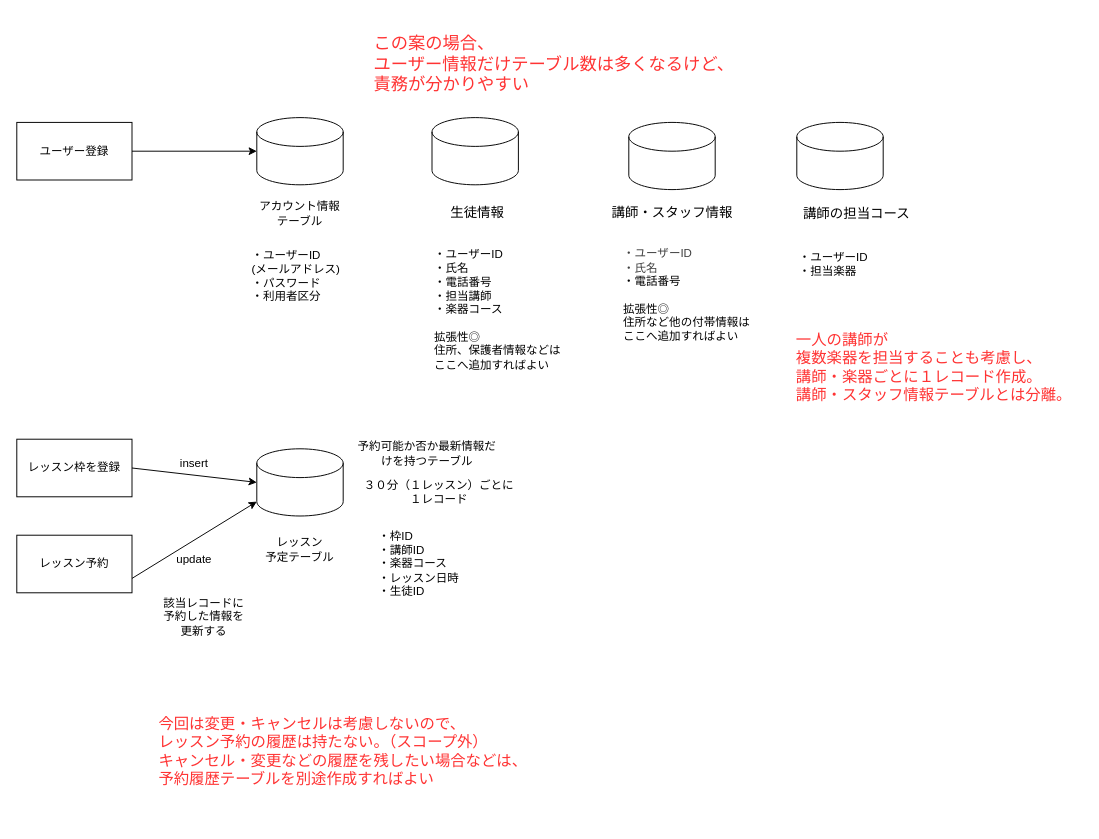
This is 2_基本設計/05_テーブル一覧、項目定義/ver2/02_テーブルを分割・統合/テーブル一覧・項目定義_作成メモ.dio from ka-sawabe/dev-process-study-notes, a draw.io file, before an edit. Source tidied: cells renumbered, new cells numbered last; positions are measured from the earlier drawing's top-left corner, leaving out a move shared by most shapes. Both pictures are drawn from the tidied source at 96%, with x=0, y=0 at pixel (16, 26).
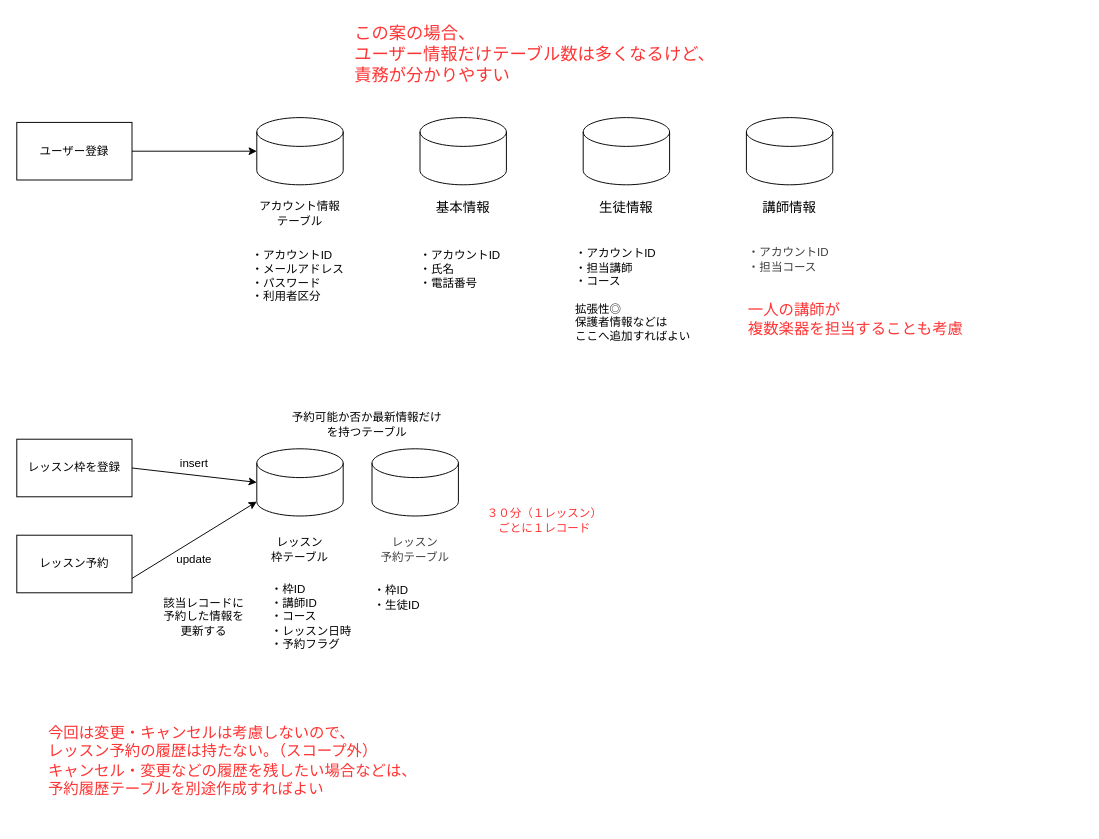
The same page after the edit.

Commit message (it also covers changes not shown here):
テーブル一覧・項目定義を修正

Change to the diagram source:
```diff
@@
-    <mxCell id="5" value="レッスン&lt;div&gt;予定テーブル&lt;/div&gt;" style="text;html=1;align=center;verticalAlign=middle;whiteSpace=wrap;rounded=0;" parent="1" vertex="1">
+    <mxCell id="5" value="レッスン&lt;div&gt;枠テーブル&lt;/div&gt;" style="text;html=1;align=center;verticalAlign=middle;whiteSpace=wrap;rounded=0;" parent="1" vertex="1">
       <mxGeometry x="240" y="530" width="110" height="30" as="geometry" />
     </mxCell>
@@
-    <mxCell id="10" value="３０分（１レッスン）ごとに１レコード" style="text;html=1;align=center;verticalAlign=middle;whiteSpace=wrap;rounded=0;" parent="1" vertex="1">
-      <mxGeometry x="360" y="460" width="160" height="50" as="geometry" />
+    <mxCell id="10" value="&lt;font style=&quot;color: rgb(255, 51, 51);&quot;&gt;３０分（１レッスン）&lt;/font&gt;&lt;div&gt;&lt;font style=&quot;color: rgb(255, 51, 51);&quot;&gt;ごとに１レコード&lt;/font&gt;&lt;/div&gt;" style="text;html=1;align=center;verticalAlign=middle;whiteSpace=wrap;rounded=0;" parent="1" vertex="1">
+      <mxGeometry x="470" y="490" width="160" height="50" as="geometry" />
     </mxCell>
@@
-    <mxCell id="16" value="予約可能か否か最新情報だけを持つテーブル" style="text;html=1;align=center;verticalAlign=middle;whiteSpace=wrap;rounded=0;" parent="1" vertex="1">
-      <mxGeometry x="350" y="420" width="155" height="50" as="geometry" />
+    <mxCell id="16" value="予約可能か否か最新情報だけ&lt;div&gt;を持つテーブル&lt;/div&gt;" style="text;html=1;align=center;verticalAlign=middle;whiteSpace=wrap;rounded=0;" parent="1" vertex="1">
+      <mxGeometry x="280" y="390" width="170" height="50" as="geometry" />
     </mxCell>
     <mxCell id="17" style="shape=cylinder3;whiteSpace=wrap;html=1;boundedLbl=1;backgroundOutline=1;size=15;" parent="1" vertex="1">
-      <mxGeometry x="432.5" y="95" width="90" height="70" as="geometry" />
+      <mxGeometry x="590" y="95" width="90" height="70" as="geometry" />
     </mxCell>
     <mxCell id="18" value="&lt;div style=&quot;color: rgb(0, 0, 0); background-color: rgb(255, 255, 255); font-family: Consolas, &amp;quot;Courier New&amp;quot;, monospace; font-size: 14px; line-height: 19px; white-space: pre;&quot;&gt;&lt;span style=&quot;color: #000000;&quot;&gt;生徒情報&lt;/span&gt;&lt;/div&gt;" style="text;html=1;align=center;verticalAlign=middle;whiteSpace=wrap;rounded=0;" parent="1" vertex="1">
-      <mxGeometry x="425" y="180" width="110" height="30" as="geometry" />
+      <mxGeometry x="580" y="175" width="110" height="30" as="geometry" />
     </mxCell>
     <mxCell id="19" style="shape=cylinder3;whiteSpace=wrap;html=1;boundedLbl=1;backgroundOutline=1;size=15;" parent="1" vertex="1">
-      <mxGeometry x="637.5" y="100" width="90" height="70" as="geometry" />
+      <mxGeometry x="760" y="95" width="90" height="70" as="geometry" />
     </mxCell>
-    <mxCell id="20" value="&lt;div style=&quot;color: rgb(0, 0, 0); background-color: rgb(255, 255, 255); font-family: Consolas, &amp;quot;Courier New&amp;quot;, monospace; font-size: 14px; line-height: 19px; white-space: pre;&quot;&gt;&lt;div style=&quot;color: rgb(0, 0, 0); line-height: 19px;&quot;&gt;&lt;span style=&quot;color: #000000;&quot;&gt;講師・スタッフ情報&lt;/span&gt;&lt;/div&gt;&lt;/div&gt;" style="text;html=1;align=center;verticalAlign=middle;whiteSpace=wrap;rounded=0;" parent="1" vertex="1">
-      <mxGeometry x="627.5" y="180" width="110" height="30" as="geometry" />
+    <mxCell id="20" value="&lt;div style=&quot;color: rgb(0, 0, 0); background-color: rgb(255, 255, 255); font-family: Consolas, &amp;quot;Courier New&amp;quot;, monospace; font-size: 14px; line-height: 19px; white-space: pre;&quot;&gt;&lt;div style=&quot;color: rgb(0, 0, 0); line-height: 19px;&quot;&gt;&lt;span style=&quot;color: rgb(0, 0, 0);&quot;&gt;講師情報&lt;/span&gt;&lt;/div&gt;&lt;/div&gt;" style="text;html=1;align=center;verticalAlign=middle;whiteSpace=wrap;rounded=0;" parent="1" vertex="1">
+      <mxGeometry x="750" y="175" width="110" height="30" as="geometry" />
     </mxCell>
-    <mxCell id="21" style="shape=cylinder3;whiteSpace=wrap;html=1;boundedLbl=1;backgroundOutline=1;size=15;" parent="1" vertex="1">
-      <mxGeometry x="812.5" y="100" width="90" height="70" as="geometry" />
-    </mxCell>
-    <mxCell id="22" value="&lt;div style=&quot;color: rgb(0, 0, 0); background-color: rgb(255, 255, 255); font-family: Consolas, &amp;quot;Courier New&amp;quot;, monospace; font-size: 14px; line-height: 19px; white-space: pre;&quot;&gt;&lt;div style=&quot;color: rgb(0, 0, 0); line-height: 19px;&quot;&gt;&lt;span style=&quot;color: rgb(0, 0, 0);&quot;&gt;講師の担当コース&lt;/span&gt;&lt;/div&gt;&lt;/div&gt;" style="text;html=1;align=center;verticalAlign=middle;whiteSpace=wrap;rounded=0;" parent="1" vertex="1">
-      <mxGeometry x="820" y="181" width="110" height="30" as="geometry" />
-    </mxCell>
-    <mxCell id="23" value="・ユーザーID&lt;div&gt;(メールアドレス)&lt;div&gt;&lt;font color=&quot;#000000&quot;&gt;・パスワード&lt;/font&gt;&lt;/div&gt;&lt;/div&gt;&lt;div&gt;&lt;font color=&quot;#000000&quot;&gt;・利用者区分&lt;/font&gt;&lt;/div&gt;" style="text;html=1;align=left;verticalAlign=middle;whiteSpace=wrap;rounded=0;" parent="1" vertex="1">
+    <mxCell id="23" value="・アカウントID&lt;div&gt;・メールアドレス&lt;div&gt;&lt;font color=&quot;#000000&quot;&gt;・パスワード&lt;/font&gt;&lt;/div&gt;&lt;/div&gt;&lt;div&gt;&lt;font color=&quot;#000000&quot;&gt;・利用者区分&lt;/font&gt;&lt;/div&gt;" style="text;html=1;align=left;verticalAlign=middle;whiteSpace=wrap;rounded=0;" parent="1" vertex="1">
       <mxGeometry x="242.5" y="220" width="107.5" height="80" as="geometry" />
     </mxCell>
-    <mxCell id="24" value="&lt;div&gt;・ユーザーID&lt;/div&gt;&lt;div&gt;・氏名&lt;/div&gt;・電話番号&lt;div&gt;&lt;span style=&quot;color: rgb(0, 0, 0);&quot;&gt;・担当講師&lt;/span&gt;&lt;/div&gt;&lt;div&gt;&lt;span style=&quot;color: rgb(0, 0, 0);&quot;&gt;・楽器コース&lt;/span&gt;&lt;/div&gt;&lt;div&gt;&lt;span style=&quot;color: rgb(0, 0, 0);&quot;&gt;&lt;br&gt;&lt;/span&gt;&lt;/div&gt;&lt;div&gt;&lt;span style=&quot;color: rgb(0, 0, 0);&quot;&gt;拡張性◎&lt;/span&gt;&lt;/div&gt;&lt;div&gt;&lt;span style=&quot;color: rgb(0, 0, 0);&quot;&gt;住所、保護者情報などは&lt;/span&gt;&lt;/div&gt;&lt;div&gt;&lt;span style=&quot;color: rgb(0, 0, 0);&quot;&gt;ここへ追加すればよい&lt;/span&gt;&lt;/div&gt;" style="text;html=1;align=left;verticalAlign=middle;whiteSpace=wrap;rounded=0;" parent="1" vertex="1">
-      <mxGeometry x="432.5" y="220" width="187.5" height="149" as="geometry" />
+    <mxCell id="24" value="&lt;div&gt;・アカウントID&lt;/div&gt;&lt;div&gt;&lt;span style=&quot;color: rgb(0, 0, 0);&quot;&gt;・担当講師&lt;/span&gt;&lt;/div&gt;&lt;div&gt;&lt;span style=&quot;color: rgb(0, 0, 0);&quot;&gt;・コース&lt;/span&gt;&lt;/div&gt;&lt;div&gt;&lt;span style=&quot;color: rgb(0, 0, 0);&quot;&gt;&lt;br&gt;&lt;/span&gt;&lt;/div&gt;&lt;div&gt;&lt;span style=&quot;color: rgb(0, 0, 0);&quot;&gt;拡張性◎&lt;/span&gt;&lt;/div&gt;&lt;div&gt;&lt;span style=&quot;color: rgb(0, 0, 0);&quot;&gt;保護者情報などは&lt;/span&gt;&lt;/div&gt;&lt;div&gt;&lt;span style=&quot;color: rgb(0, 0, 0);&quot;&gt;ここへ追加すればよい&lt;/span&gt;&lt;/div&gt;" style="text;html=1;align=left;verticalAlign=middle;whiteSpace=wrap;rounded=0;" parent="1" vertex="1">
+      <mxGeometry x="580" y="210" width="140" height="140" as="geometry" />
     </mxCell>
-    <mxCell id="25" value="&lt;div&gt;&lt;span style=&quot;color: rgb(63, 63, 63); background-color: transparent;&quot;&gt;・ユーザーID&lt;/span&gt;&lt;/div&gt;&lt;div&gt;&lt;span style=&quot;color: rgb(63, 63, 63); background-color: transparent;&quot;&gt;・氏名&lt;/span&gt;&lt;/div&gt;・電話番号&lt;div&gt;&lt;br&gt;&lt;/div&gt;&lt;div&gt;&lt;div&gt;拡張性◎&lt;/div&gt;&lt;div&gt;住所など他の付帯情報はここへ追加すればよい&lt;/div&gt;&lt;/div&gt;" style="text;html=1;align=left;verticalAlign=middle;whiteSpace=wrap;rounded=0;" parent="1" vertex="1">
-      <mxGeometry x="630" y="205" width="140" height="150" as="geometry" />
+    <mxCell id="25" value="&lt;div&gt;&lt;span style=&quot;color: rgb(63, 63, 63); background-color: transparent;&quot;&gt;・アカウントID&lt;/span&gt;&lt;/div&gt;&lt;div&gt;&lt;span style=&quot;color: rgb(63, 63, 63); background-color: transparent;&quot;&gt;・担当コース&lt;/span&gt;&lt;/div&gt;" style="text;html=1;align=left;verticalAlign=middle;whiteSpace=wrap;rounded=0;" parent="1" vertex="1">
+      <mxGeometry x="760" y="205" width="110" height="75" as="geometry" />
     </mxCell>
-    <mxCell id="26" value="&lt;div&gt;・ユーザーID&lt;/div&gt;・担当楽器&lt;div&gt;&lt;br&gt;&lt;/div&gt;" style="text;html=1;align=left;verticalAlign=middle;whiteSpace=wrap;rounded=0;" parent="1" vertex="1">
-      <mxGeometry x="812.5" y="220" width="197.5" height="70" as="geometry" />
-    </mxCell>
     <mxCell id="27" value="&lt;font style=&quot;font-size: 18px; color: rgb(255, 51, 51);&quot;&gt;この案の場合、&lt;/font&gt;&lt;div&gt;&lt;font style=&quot;font-size: 18px; color: rgb(255, 51, 51);&quot;&gt;ユーザー情報だけテーブル数は多くなるけど、&lt;/font&gt;&lt;div&gt;&lt;font style=&quot;font-size: 18px; color: rgb(255, 51, 51);&quot;&gt;責務が分かりやすい&lt;/font&gt;&lt;/div&gt;&lt;/div&gt;" style="text;html=1;align=left;verticalAlign=middle;whiteSpace=wrap;rounded=0;fontColor=#FF3333;" parent="1" vertex="1">
-      <mxGeometry x="370" width="382.5" height="80" as="geometry" />
+      <mxGeometry x="350" y="-10" width="382.5" height="80" as="geometry" />
     </mxCell>
     <mxCell id="28" value="&lt;div&gt;&lt;font style=&quot;color: rgb(255, 51, 51);&quot;&gt;&lt;span&gt;今回は変更・キャンセルは考慮しないので、&lt;/span&gt;&lt;/font&gt;&lt;/div&gt;&lt;div&gt;&lt;font style=&quot;color: rgb(255, 51, 51);&quot;&gt;&lt;span&gt;レッスン予約の履歴は持たない。（スコープ外）&lt;/span&gt;&lt;/font&gt;&lt;/div&gt;&lt;div&gt;&lt;font style=&quot;color: rgb(255, 51, 51);&quot;&gt;&lt;span&gt;キャンセル・変更などの履歴を残したい場合などは、&lt;/span&gt;&lt;/font&gt;&lt;/div&gt;&lt;div&gt;&lt;font style=&quot;color: rgb(255, 51, 51);&quot;&gt;&lt;span&gt;予約履歴テーブルを別途作成すればよい&lt;/span&gt;&lt;/font&gt;&lt;/div&gt;" style="text;html=1;align=left;verticalAlign=middle;whiteSpace=wrap;rounded=0;fontColor=#FF3333;fontSize=16;" parent="1" vertex="1">
-      <mxGeometry x="146.2" y="690" width="491.2" height="130" as="geometry" />
+      <mxGeometry x="31.2" y="700" width="491.2" height="130" as="geometry" />
     </mxCell>
-    <mxCell id="29" value="&lt;div&gt;・枠ID&lt;/div&gt;&lt;div&gt;・講師ID&lt;/div&gt;&lt;div&gt;&lt;div style=&quot;color: rgb(63, 63, 63); scrollbar-color: rgb(226, 226, 226) rgb(251, 251, 251);&quot;&gt;&lt;span style=&quot;scrollbar-color: rgb(226, 226, 226) rgb(251, 251, 251); color: rgb(0, 0, 0);&quot;&gt;・楽器コース&lt;/span&gt;&lt;/div&gt;&lt;/div&gt;・レッスン日時&lt;div&gt;&lt;span style=&quot;color: rgb(0, 0, 0);&quot;&gt;・生徒ID&lt;/span&gt;&lt;/div&gt;" style="text;html=1;align=left;verticalAlign=middle;whiteSpace=wrap;rounded=0;" parent="1" vertex="1">
-      <mxGeometry x="375" y="515" width="130" height="90" as="geometry" />
+    <mxCell id="29" value="&lt;div&gt;・枠ID&lt;/div&gt;&lt;div&gt;・講師ID&lt;/div&gt;&lt;div&gt;&lt;div style=&quot;color: rgb(63, 63, 63); scrollbar-color: rgb(226, 226, 226) rgb(251, 251, 251);&quot;&gt;&lt;span style=&quot;scrollbar-color: rgb(226, 226, 226) rgb(251, 251, 251); color: rgb(0, 0, 0);&quot;&gt;・コース&lt;/span&gt;&lt;/div&gt;&lt;/div&gt;・レッスン日時&lt;div&gt;&lt;font color=&quot;#000000&quot;&gt;・予約フラグ&lt;/font&gt;&lt;/div&gt;" style="text;html=1;align=left;verticalAlign=middle;whiteSpace=wrap;rounded=0;" parent="1" vertex="1">
+      <mxGeometry x="262.5" y="570" width="97.5" height="90" as="geometry" />
     </mxCell>
-    <mxCell id="30" value="&lt;div&gt;&lt;span style=&quot;background-color: transparent;&quot;&gt;&lt;font style=&quot;color: rgb(255, 51, 51);&quot;&gt;一人の講師が&lt;/font&gt;&lt;/span&gt;&lt;/div&gt;&lt;div&gt;&lt;font style=&quot;color: rgb(255, 51, 51);&quot;&gt;複数楽器を担当することも考慮し、&lt;/font&gt;&lt;/div&gt;&lt;div&gt;&lt;font style=&quot;color: rgb(255, 51, 51);&quot;&gt;&lt;span style=&quot;background-color: transparent;&quot;&gt;講師・楽器ごとに&lt;/span&gt;&lt;span style=&quot;background-color: transparent;&quot;&gt;１レコード作成。&lt;br&gt;&lt;div style=&quot;scrollbar-color: rgb(226, 226, 226) rgb(251, 251, 251);&quot;&gt;講師・スタッフ情報テーブル&lt;span style=&quot;background-color: transparent;&quot;&gt;とは分離。&lt;/span&gt;&lt;/div&gt;&lt;/span&gt;&lt;/font&gt;&lt;/div&gt;" style="text;html=1;align=left;verticalAlign=middle;whiteSpace=wrap;rounded=0;fontSize=16;" parent="1" vertex="1">
-      <mxGeometry x="810" y="300" width="300" height="110" as="geometry" />
+    <mxCell id="30" value="&lt;div&gt;&lt;span style=&quot;background-color: transparent;&quot;&gt;&lt;font style=&quot;color: rgb(255, 51, 51);&quot;&gt;一人の講師が&lt;/font&gt;&lt;/span&gt;&lt;/div&gt;&lt;div&gt;&lt;font style=&quot;color: rgb(255, 51, 51);&quot;&gt;複数楽器を担当することも考慮&lt;/font&gt;&lt;/div&gt;" style="text;html=1;align=left;verticalAlign=middle;whiteSpace=wrap;rounded=0;fontSize=16;" parent="1" vertex="1">
+      <mxGeometry x="760" y="260" width="267.5" height="90" as="geometry" />
     </mxCell>
+    <mxCell id="31" style="shape=cylinder3;whiteSpace=wrap;html=1;boundedLbl=1;backgroundOutline=1;size=15;" parent="1" vertex="1">
+      <mxGeometry x="420" y="95" width="90" height="70" as="geometry" />
+    </mxCell>
+    <mxCell id="32" value="&lt;div style=&quot;color: rgb(0, 0, 0); background-color: rgb(255, 255, 255); font-family: Consolas, &amp;quot;Courier New&amp;quot;, monospace; font-size: 14px; line-height: 19px; white-space: pre;&quot;&gt;&lt;span style=&quot;color: rgb(0, 0, 0);&quot;&gt;基本情報&lt;/span&gt;&lt;/div&gt;" style="text;html=1;align=center;verticalAlign=middle;whiteSpace=wrap;rounded=0;" parent="1" vertex="1">
+      <mxGeometry x="410" y="175" width="110" height="30" as="geometry" />
+    </mxCell>
+    <mxCell id="33" value="&lt;div&gt;・アカウントID&lt;/div&gt;&lt;div&gt;・氏名&lt;/div&gt;・電話番号&lt;div&gt;&lt;br&gt;&lt;/div&gt;" style="text;html=1;align=left;verticalAlign=middle;whiteSpace=wrap;rounded=0;" parent="1" vertex="1">
+      <mxGeometry x="417.5" y="220" width="112.5" height="80" as="geometry" />
+    </mxCell>
+    <mxCell id="34" style="shape=cylinder3;whiteSpace=wrap;html=1;boundedLbl=1;backgroundOutline=1;size=15;" parent="1" vertex="1">
+      <mxGeometry x="370" y="440" width="90" height="70" as="geometry" />
+    </mxCell>
+    <mxCell id="35" value="&lt;span style=&quot;color: rgb(63, 63, 63); background-color: transparent;&quot;&gt;レッスン&lt;/span&gt;&lt;div&gt;&lt;span style=&quot;color: rgb(63, 63, 63); background-color: transparent;&quot;&gt;予約テーブル&lt;/span&gt;&lt;/div&gt;" style="text;html=1;align=center;verticalAlign=middle;whiteSpace=wrap;rounded=0;" parent="1" vertex="1">
+      <mxGeometry x="360" y="530" width="110" height="30" as="geometry" />
+    </mxCell>
+    <mxCell id="36" value="&lt;div&gt;・枠ID&lt;/div&gt;&lt;div&gt;&lt;span style=&quot;background-color: transparent;&quot;&gt;・生徒ID&lt;/span&gt;&lt;/div&gt;" style="text;html=1;align=left;verticalAlign=middle;whiteSpace=wrap;rounded=0;" parent="1" vertex="1">
+      <mxGeometry x="370" y="570" width="130" height="50" as="geometry" />
+    </mxCell>
```
